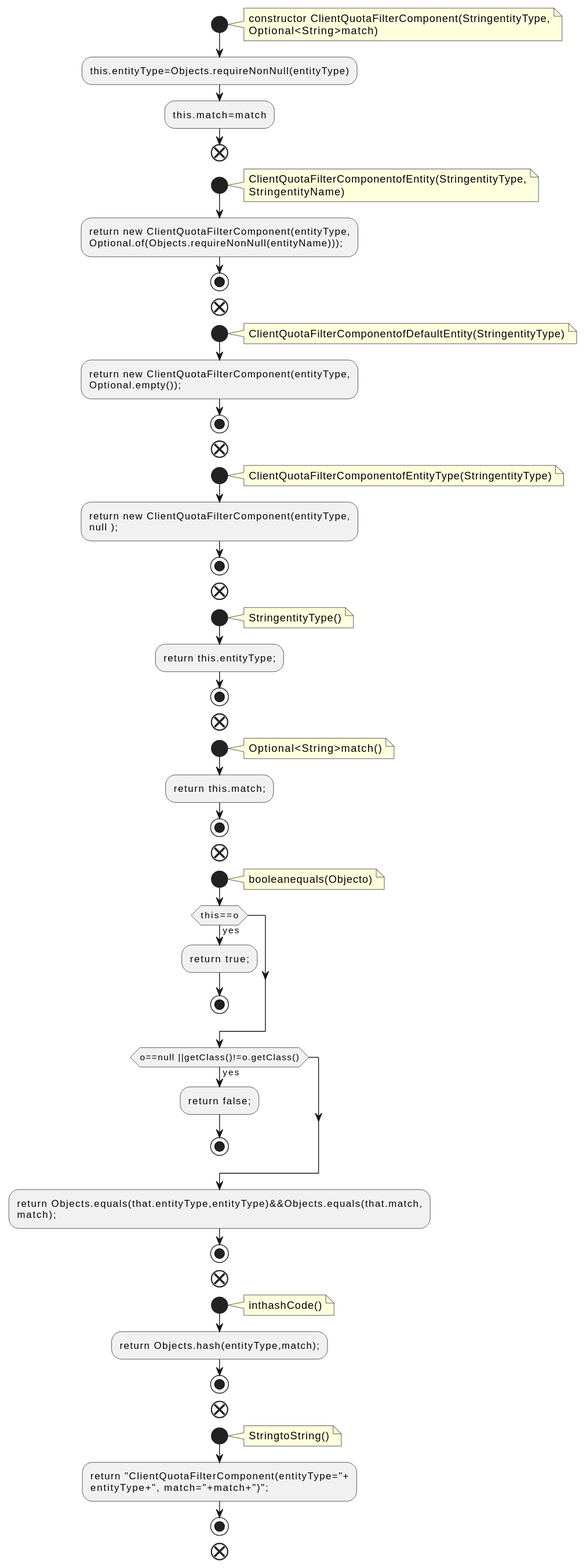
qualitesys/kafka keeps this PlantUML diagram as docs/qc/clients/src/main/java/org/apache/kafka/common/quota/ClientQuotaFilterComponent.java.fct.svg. Above is the earlier version. Source of this version:
```plantuml
@startuml
!pragma layout smetana
start
note right
constructor ClientQuotaFilterComponent(StringentityType,
Optional<String>match)
end note
:this.entityType=Objects.requireNonNull(entityType);
:this.match=match;
end
start
note right
ClientQuotaFilterComponentofEntity(StringentityType,
StringentityName)
end note
:return new ClientQuotaFilterComponent(entityType,
Optional.of(Objects.requireNonNull(entityName)));;
stop
end
start
note right
ClientQuotaFilterComponentofDefaultEntity(StringentityType)
end note
:return new ClientQuotaFilterComponent(entityType,
Optional.empty());;
stop
end
start
note right
ClientQuotaFilterComponentofEntityType(StringentityType)
end note
:return new ClientQuotaFilterComponent(entityType,
null );;
stop
end
start
note right
StringentityType()
end note
:return this.entityType;;
stop
end
start
note right
Optional<String>match()
end note
:return this.match;;
stop
end
start
note right
booleanequals(Objecto)
end note
if (this==o) then (yes)
:return true;;
stop
endif
if (o==null ||getClass()!=o.getClass()) then (yes)
:return false;;
stop
endif
:return Objects.equals(that.entityType,entityType)&&Objects.equals(that.match,
match);;
stop
end
start
note right
inthashCode()
end note
:return Objects.hash(entityType,match);;
stop
end
start
note right
StringtoString()
end note
:return "ClientQuotaFilterComponent(entityType="+
entityType+", match="+match+")";;
stop
end
@enduml
```
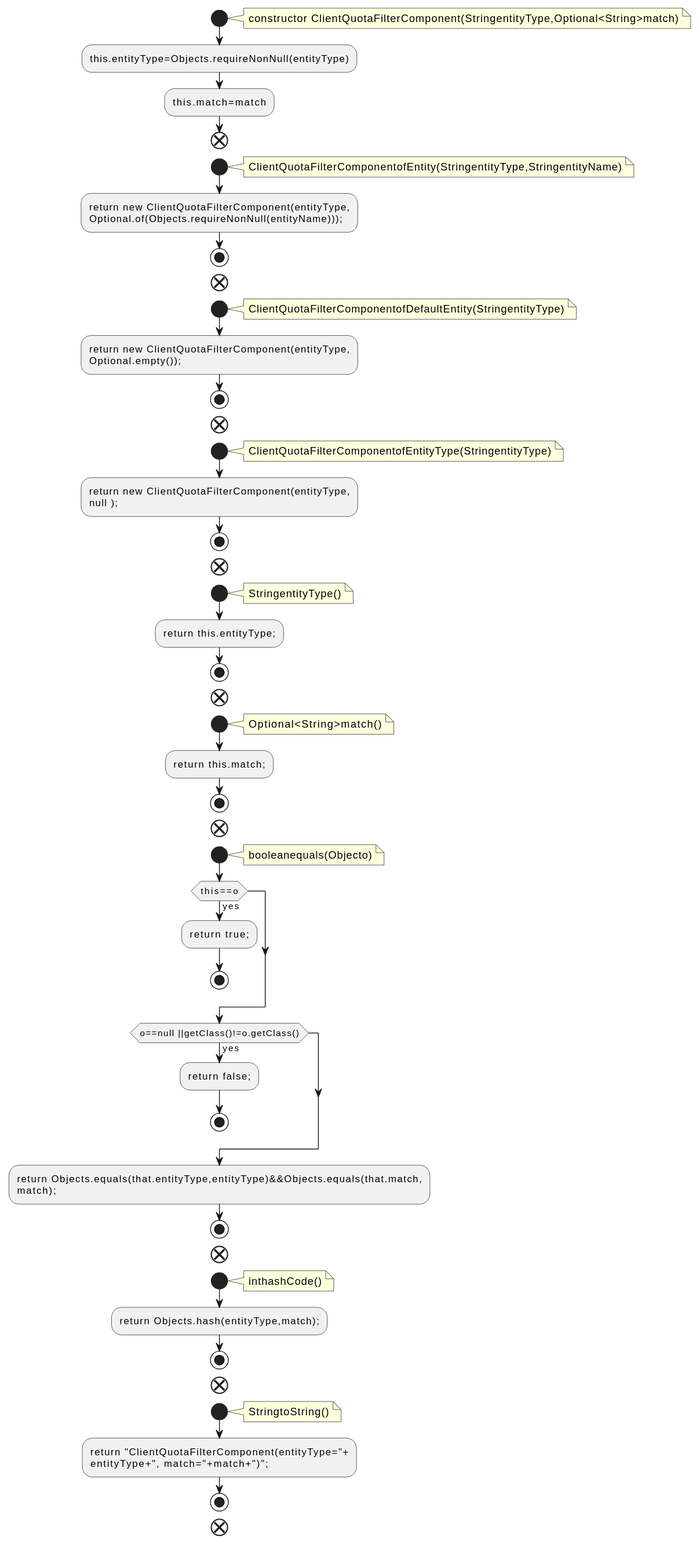
Above is the later version.

The edit, as a diff of the source:
```diff
@@ -2,16 +2,14 @@
 !pragma layout smetana
 start
 note right
-constructor ClientQuotaFilterComponent(StringentityType,
-Optional<String>match)
+constructor ClientQuotaFilterComponent(StringentityType,Optional<String>match)
 end note
 :this.entityType=Objects.requireNonNull(entityType);
 :this.match=match;
 end
 start
 note right
-ClientQuotaFilterComponentofEntity(StringentityType,
-StringentityName)
+ClientQuotaFilterComponentofEntity(StringentityType,StringentityName)
 end note
 :return new ClientQuotaFilterComponent(entityType,
 Optional.of(Objects.requireNonNull(entityName)));;
```
